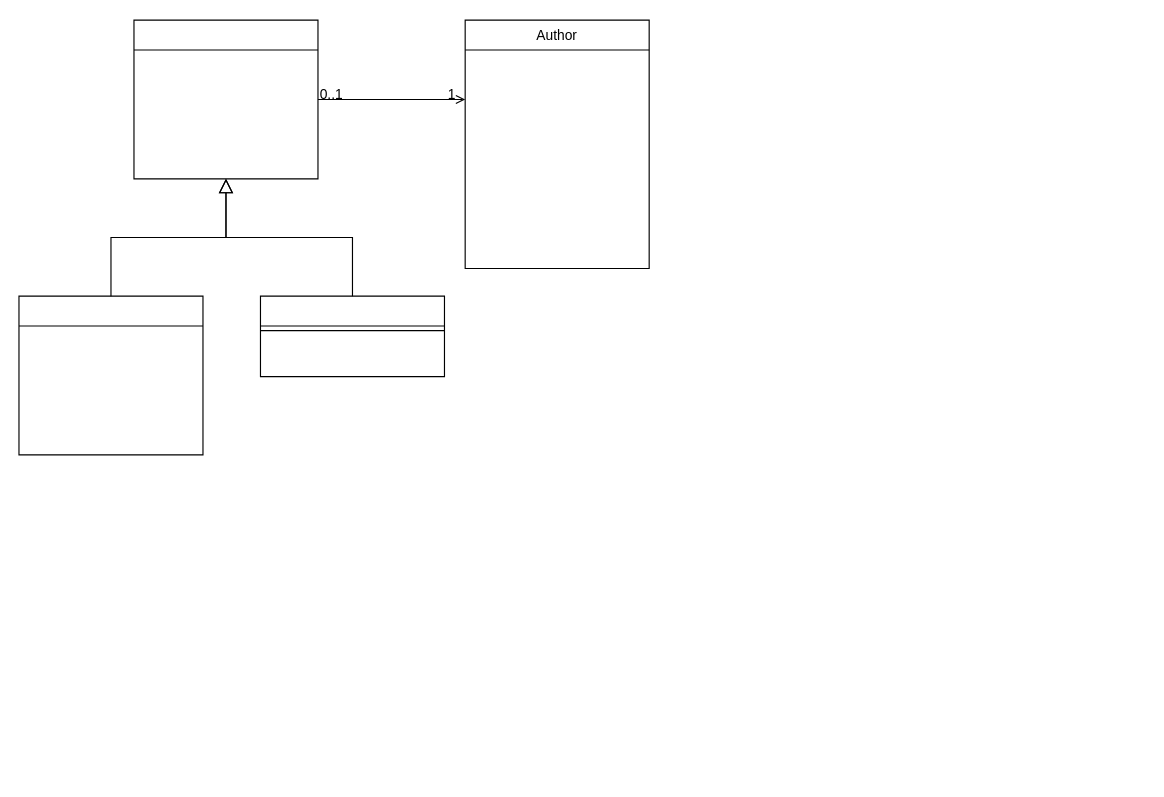
zlrkw11/CS-235 keeps this draw.io diagram as 235 Class Diagram.drawio. Above is the earlier version. Source tidied: cells renumbered, new cells numbered last; positions are measured from the earlier drawing's top-left corner, leaving out a move shared by most shapes. Both pictures are drawn from the tidied source at 115%, with x=0, y=0 at pixel (18, 20).
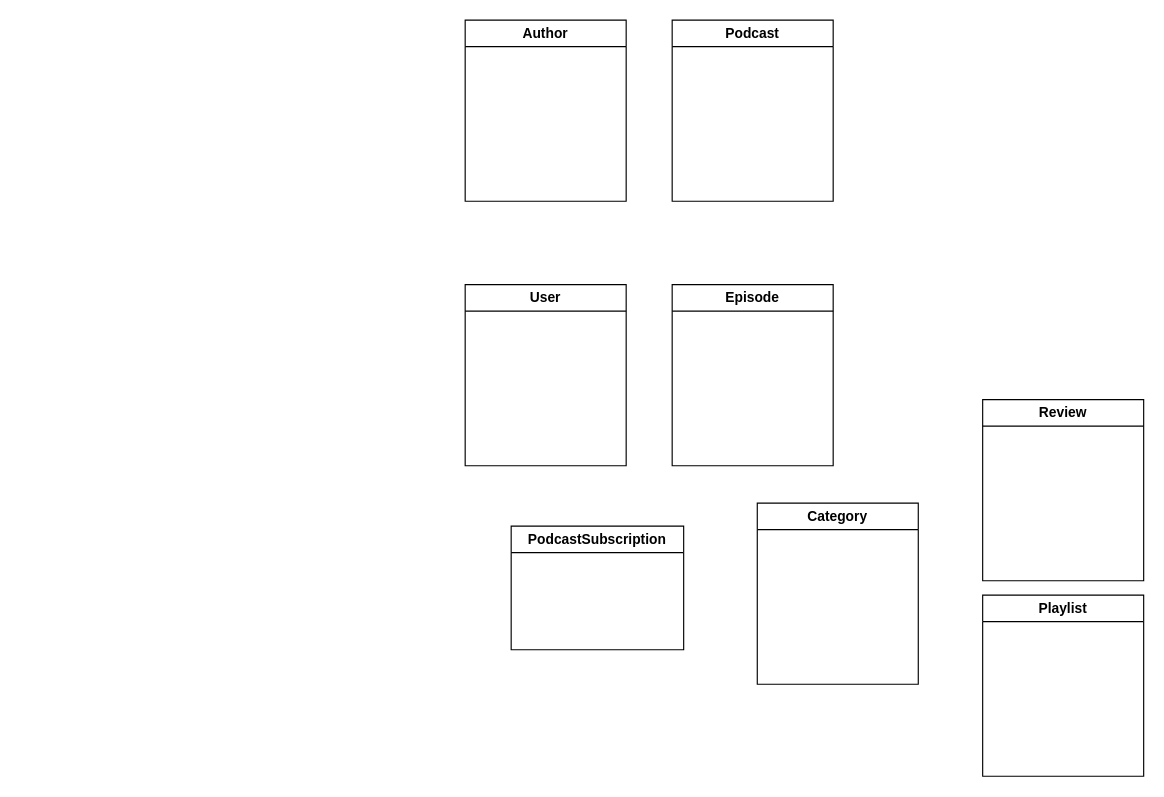
After the change.

Commit message:
init all classes

The edit, as a diff of the source:
```diff
@@
 <mxGraphModel>
   <root>
     <mxCell id="0" />
     <mxCell id="1" parent="0" />
-    <mxCell id="2" style="swimlane;fontStyle=2;align=center;verticalAlign=top;horizontal=1;startSize=26;rounded=0;shadow=0;strokeWidth=1;" parent="1" vertex="1">
-      <mxGeometry x="100" width="160" height="138" as="geometry" />
-    </mxCell>
-    <mxCell id="3" style="swimlane;fontStyle=0;align=center;verticalAlign=top;horizontal=1;startSize=26;rounded=0;shadow=0;strokeWidth=1;" parent="1" vertex="1">
-      <mxGeometry y="240" width="160" height="138" as="geometry" />
-    </mxCell>
-    <mxCell id="4" style="endArrow=block;endSize=10;endFill=0;shadow=0;strokeWidth=1;rounded=0;curved=0;edgeStyle=elbowEdgeStyle;elbow=vertical;" parent="1" edge="1" source="3" target="2">
-      <mxGeometry relative="1" as="geometry" />
-    </mxCell>
-    <mxCell id="5" style="swimlane;fontStyle=0;align=center;verticalAlign=top;horizontal=1;startSize=26;rounded=0;shadow=0;strokeWidth=1;" parent="1" vertex="1">
-      <mxGeometry x="210" y="240" width="160" height="70" as="geometry" />
-    </mxCell>
-    <mxCell id="6" style="line;html=1;strokeWidth=1;align=left;verticalAlign=middle;spacingTop=-1;spacingLeft=3;spacingRight=3;labelPosition=right;" parent="5" vertex="1">
-      <mxGeometry y="26" width="160" height="8" as="geometry" />
-    </mxCell>
-    <mxCell id="7" style="endArrow=block;endSize=10;endFill=0;shadow=0;strokeWidth=1;rounded=0;curved=0;edgeStyle=elbowEdgeStyle;elbow=vertical;" parent="1" edge="1" source="5" target="2">
-      <mxGeometry relative="1" as="geometry" />
-    </mxCell>
-    <mxCell id="8" value="Author" style="swimlane;fontStyle=0;align=center;verticalAlign=top;horizontal=1;startSize=26;rounded=0;shadow=0;strokeWidth=1;" parent="1" vertex="1">
-      <mxGeometry x="388" width="160" height="216" as="geometry" />
+    <mxCell id="8" value="Author" style="swimlane;whiteSpace=wrap;html=1;" parent="1" vertex="1">
+      <mxGeometry x="388" width="140" height="157.5" as="geometry" />
     </mxCell>
-    <mxCell id="9" style="endArrow=open;shadow=0;strokeWidth=1;rounded=0;curved=0;endFill=1;edgeStyle=elbowEdgeStyle;elbow=vertical;" parent="1" edge="1" source="2" target="8">
-      <mxGeometry x="0.5" y="41" relative="1" as="geometry">
-        <mxPoint x="-40" y="32" as="offset" />
-      </mxGeometry>
-    </mxCell>
-    <mxCell id="10" value="0..1" style="align=left;verticalAlign=bottom;labelBackgroundColor=none;fontSize=12;" parent="9" vertex="1">
-      <mxGeometry x="-1" relative="1" as="geometry">
-        <mxPoint y="4" as="offset" />
-      </mxGeometry>
-    </mxCell>
-    <mxCell id="11" value="1" style="align=right;verticalAlign=bottom;labelBackgroundColor=none;fontSize=12;" parent="9" vertex="1">
-      <mxGeometry x="1" relative="1" as="geometry">
-        <mxPoint x="-7" y="4" as="offset" />
-      </mxGeometry>
-    </mxCell>
+    <mxCell id="12" value="Podcast" style="swimlane;whiteSpace=wrap;html=1;" parent="1" vertex="1">
+      <mxGeometry x="568" width="140" height="157.5" as="geometry" />
+    </mxCell>
+    <mxCell id="13" value="Episode" style="swimlane;whiteSpace=wrap;html=1;" parent="1" vertex="1">
+      <mxGeometry x="568" y="230" width="140" height="157.5" as="geometry" />
+    </mxCell>
+    <mxCell id="14" value="User" style="swimlane;whiteSpace=wrap;html=1;" parent="1" vertex="1">
+      <mxGeometry x="388" y="230" width="140" height="157.5" as="geometry" />
+    </mxCell>
+    <mxCell id="15" value="PodcastSubscription" style="swimlane;whiteSpace=wrap;html=1;" parent="1" vertex="1">
+      <mxGeometry x="428" y="440" width="150" height="107.5" as="geometry" />
+    </mxCell>
+    <mxCell id="16" value="Category" style="swimlane;whiteSpace=wrap;html=1;" parent="1" vertex="1">
+      <mxGeometry x="642" y="420" width="140" height="157.5" as="geometry" />
+    </mxCell>
+    <mxCell id="17" value="Review" style="swimlane;whiteSpace=wrap;html=1;" parent="1" vertex="1">
+      <mxGeometry x="838" y="330" width="140" height="157.5" as="geometry" />
+    </mxCell>
+    <mxCell id="18" value="Playlist" style="swimlane;whiteSpace=wrap;html=1;" parent="1" vertex="1">
+      <mxGeometry x="838" y="500" width="140" height="157.5" as="geometry" />
+    </mxCell>
   </root>
 </mxGraphModel>
```
